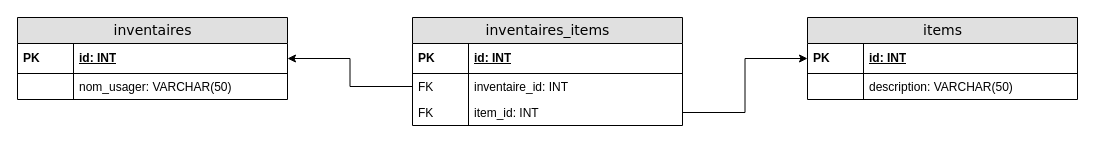
Earlier version of the draw.io diagram template/types_relations_plusieurs_plusieurs.drawio (cegepvictoetienne/bd2). Source tidied: cells renumbered, new cells numbered last; positions are measured from the earlier drawing's top-left corner, leaving out a move shared by most shapes. Both pictures are drawn from the tidied source at 100%, with x=0, y=0 at pixel (17, 17).
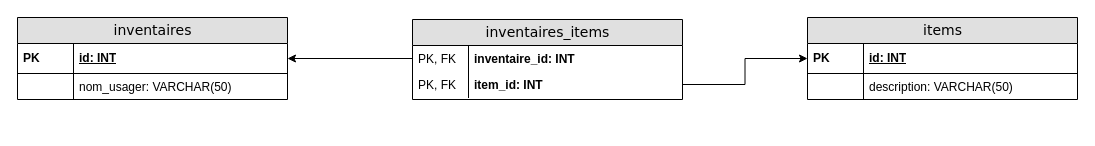
Above is the later version.

Diff of the diagram source:
```diff
@@
     <mxCell id="8" value="inventaires_items" style="swimlane;html=1;fontStyle=0;horizontal=1;startSize=26;fillColor=#e0e0e0;swimlaneFillColor=#ffffff;align=center;rounded=0;shadow=0;comic=0;labelBackgroundColor=none;strokeWidth=1;fontFamily=Verdana;fontSize=14;" parent="1" vertex="1">
-      <mxGeometry x="395" width="270" height="108" as="geometry" />
+      <mxGeometry x="395" y="2" width="270" height="80" as="geometry" />
     </mxCell>
-    <mxCell id="9" value="id: INT" style="shape=partialRectangle;top=0;left=0;right=0;bottom=1;html=1;align=left;verticalAlign=middle;fillColor=none;spacingLeft=60;spacingRight=4;whiteSpace=wrap;overflow=hidden;fontStyle=5;" parent="8" vertex="1">
-      <mxGeometry y="26" width="270" height="30" as="geometry" />
-    </mxCell>
-    <mxCell id="10" value="PK" style="shape=partialRectangle;fontStyle=1;top=0;left=0;bottom=0;html=1;fillColor=none;align=left;verticalAlign=middle;spacingLeft=4;spacingRight=4;whiteSpace=wrap;overflow=hidden;" parent="9" vertex="1">
-      <mxGeometry width="56" height="30" as="geometry" />
-    </mxCell>
-    <mxCell id="11" value="inventaire_id: INT" style="shape=partialRectangle;top=0;left=0;right=0;bottom=0;html=1;align=left;verticalAlign=top;fillColor=none;spacingLeft=60;spacingRight=4;whiteSpace=wrap;overflow=hidden;points=[[0,0.5],[1,0.5]];portConstraint=eastwest;" parent="8" vertex="1">
-      <mxGeometry y="56" width="270" height="26" as="geometry" />
+    <mxCell id="11" value="inventaire_id: INT" style="shape=partialRectangle;top=0;left=0;right=0;bottom=0;html=1;align=left;verticalAlign=top;fillColor=none;spacingLeft=60;spacingRight=4;whiteSpace=wrap;overflow=hidden;points=[[0,0.5],[1,0.5]];portConstraint=eastwest;fontStyle=1;" parent="8" vertex="1">
+      <mxGeometry y="26" width="270" height="26" as="geometry" />
     </mxCell>
-    <mxCell id="12" value="FK" style="shape=partialRectangle;top=0;left=0;bottom=0;html=1;fillColor=none;align=left;verticalAlign=top;spacingLeft=4;spacingRight=4;whiteSpace=wrap;overflow=hidden;" parent="11" vertex="1">
+    <mxCell id="12" value="PK, FK" style="shape=partialRectangle;top=0;left=0;bottom=0;html=1;fillColor=none;align=left;verticalAlign=top;spacingLeft=4;spacingRight=4;whiteSpace=wrap;overflow=hidden;" parent="11" vertex="1">
       <mxGeometry width="56" height="26" as="geometry" />
     </mxCell>
-    <mxCell id="13" value="item_id: INT" style="shape=partialRectangle;top=0;left=0;right=0;bottom=0;html=1;align=left;verticalAlign=top;fillColor=none;spacingLeft=60;spacingRight=4;whiteSpace=wrap;overflow=hidden;points=[[0,0.5],[1,0.5]];portConstraint=eastwest;" parent="8" vertex="1">
-      <mxGeometry y="82" width="270" height="26" as="geometry" />
+    <mxCell id="13" value="item_id: INT" style="shape=partialRectangle;top=0;left=0;right=0;bottom=0;html=1;align=left;verticalAlign=top;fillColor=none;spacingLeft=60;spacingRight=4;whiteSpace=wrap;overflow=hidden;points=[[0,0.5],[1,0.5]];portConstraint=eastwest;fontStyle=1;" parent="8" vertex="1">
+      <mxGeometry y="52" width="270" height="26" as="geometry" />
     </mxCell>
-    <mxCell id="14" value="FK" style="shape=partialRectangle;top=0;left=0;bottom=0;html=1;fillColor=none;align=left;verticalAlign=top;spacingLeft=4;spacingRight=4;whiteSpace=wrap;overflow=hidden;" parent="13" vertex="1">
+    <mxCell id="14" value="PK, FK" style="shape=partialRectangle;top=0;left=0;bottom=0;html=1;fillColor=none;align=left;verticalAlign=top;spacingLeft=4;spacingRight=4;whiteSpace=wrap;overflow=hidden;" parent="13" vertex="1">
       <mxGeometry width="56" height="26" as="geometry" />
     </mxCell>
```
